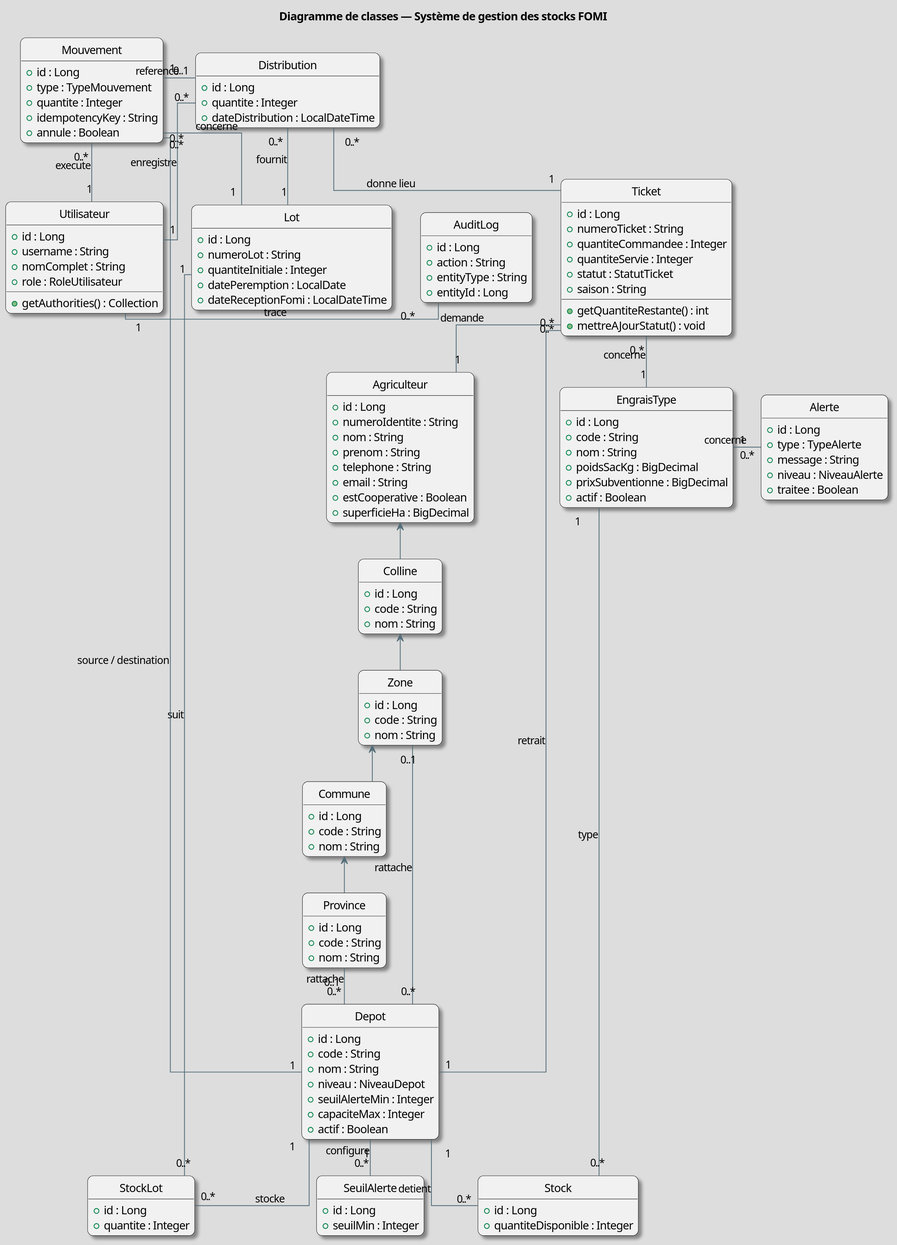
Before: memoire_assets/class_diagram.svg, a diagram exported from PlantUML (Davy-Antosper/memoire).
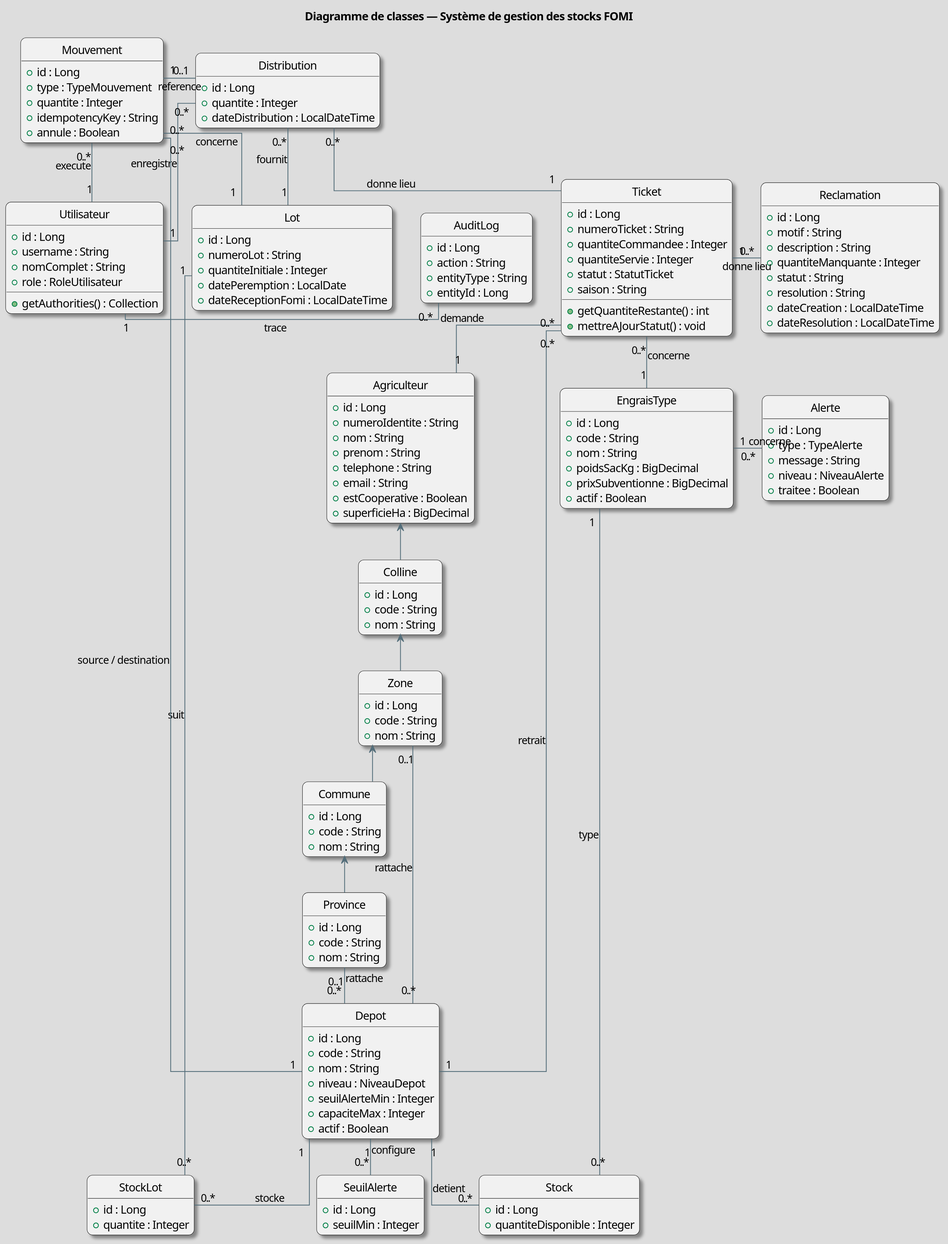
After the change.

The edit, as a diff of the source:
```diff
@@ -119,6 +119,16 @@
   + id : Long
   + seuilMin : Integer
 }
+class Reclamation {
+  + id : Long
+  + motif : String
+  + description : String
+  + quantiteManquante : Integer
+  + statut : String
+  + resolution : String
+  + dateCreation : LocalDateTime
+  + dateResolution : LocalDateTime
+}
 class AuditLog {
   + id : Long
   + action : String
@@ -146,6 +156,7 @@
 Mouvement "1" -right- "0..1" Distribution : reference
 
 Depot "1" -down- "0..*" SeuilAlerte : configure
+Ticket "1" -right- "0..*" Reclamation : donne lieu
 EngraisType "1" -right- "0..*" Alerte : concerne
 Utilisateur "1" -right- "0..*" AuditLog : trace
 @enduml
```
